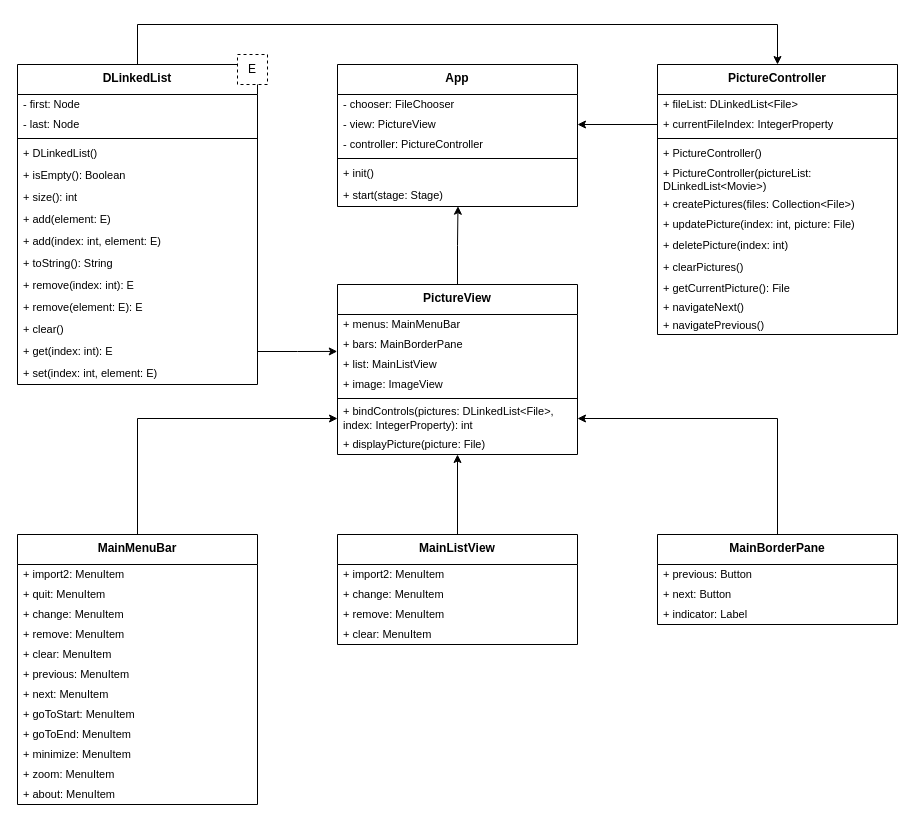
hanggrian/IIT-ITM510 keeps this draw.io diagram as assignments/hw7/diagram.drawio. Above is the earlier version. Source tidied: cells renumbered, new cells numbered last; positions are measured from the earlier drawing's top-left corner, leaving out a move shared by most shapes. Both pictures are drawn from the tidied source at 100%, with x=0, y=0 at pixel (17, 24).
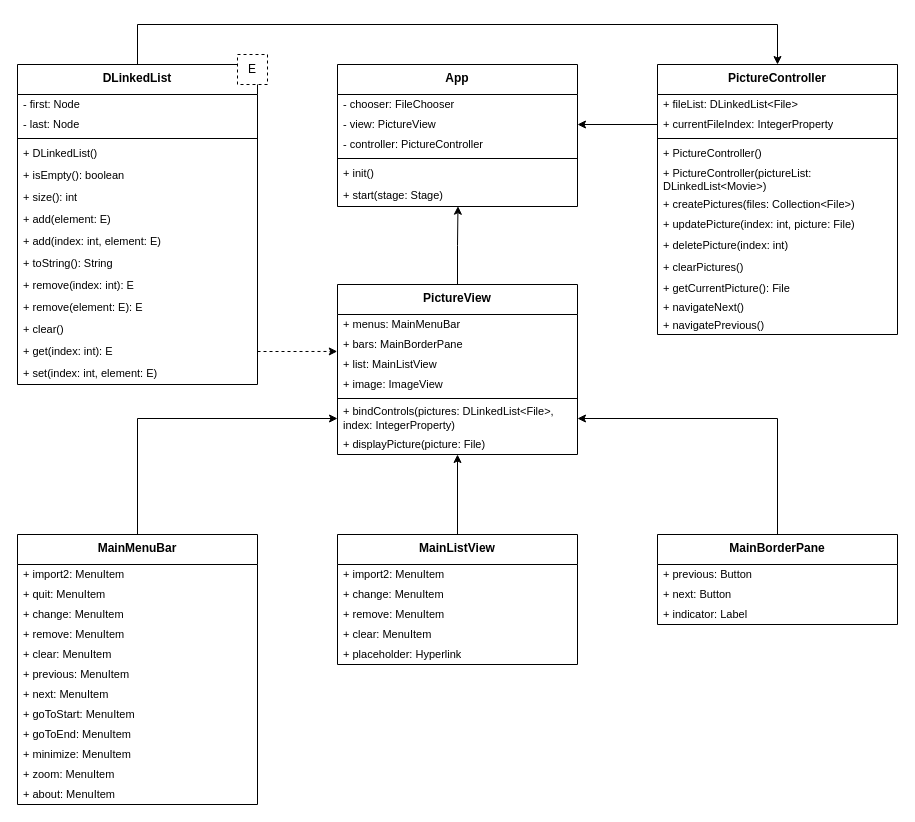
After the change.

The change refers to these unchanged cells:
```xml
<mxCell id="15" value="PictureView" style="swimlane;fontStyle=1;align=center;verticalAlign=top;horizontal=1;startSize=30;whiteSpace=wrap;html=1;" parent="1" vertex="1">
  <mxGeometry x="320" y="260" width="240" height="170" as="geometry" />
</mxCell>
<mxCell id="17" value="+ bars: MainBorderPane" style="text;strokeColor=none;fillColor=none;align=left;verticalAlign=middle;spacingLeft=4;spacingRight=4;overflow=hidden;points=[[0,0.5],[1,0.5]];portConstraint=eastwest;whiteSpace=wrap;html=1;fontSize=11;" parent="15" vertex="1">
  <mxGeometry y="50" width="240" height="20" as="geometry" />
</mxCell>
<mxCell id="55" value="DLinkedList" style="swimlane;fontStyle=1;align=center;verticalAlign=top;horizontal=1;startSize=30;whiteSpace=wrap;html=1;" parent="1" vertex="1">
  <mxGeometry y="40" width="240" height="320" as="geometry" />
</mxCell>
<mxCell id="68" value="+&amp;nbsp;get(index: int): E" style="text;strokeColor=none;fillColor=none;align=left;verticalAlign=middle;spacingLeft=4;spacingRight=4;overflow=hidden;points=[[0,0.5],[1,0.5]];portConstraint=eastwest;whiteSpace=wrap;html=1;fontSize=11;" parent="55" vertex="1">
  <mxGeometry y="276" width="240" height="22" as="geometry" />
</mxCell>
```

Change to the diagram source:
```diff
@@
-    <mxCell id="21" value="+&amp;nbsp;bindControls(pictures: DLinkedList&amp;lt;File&amp;gt;, index: IntegerProperty): int" style="text;strokeColor=none;fillColor=none;align=left;verticalAlign=middle;spacingLeft=4;spacingRight=4;overflow=hidden;points=[[0,0.5],[1,0.5]];portConstraint=eastwest;whiteSpace=wrap;html=1;fontSize=11;" parent="15" vertex="1">
+    <mxCell id="21" value="+&amp;nbsp;bindControls(pictures: DLinkedList&amp;lt;File&amp;gt;, index: IntegerProperty)" style="text;strokeColor=none;fillColor=none;align=left;verticalAlign=middle;spacingLeft=4;spacingRight=4;overflow=hidden;points=[[0,0.5],[1,0.5]];portConstraint=eastwest;whiteSpace=wrap;html=1;fontSize=11;" parent="15" vertex="1">
       <mxGeometry y="118" width="240" height="32" as="geometry" />
     </mxCell>
@@
     <mxCell id="23" value="MainListView" style="swimlane;fontStyle=1;align=center;verticalAlign=top;horizontal=1;startSize=30;whiteSpace=wrap;html=1;" parent="1" vertex="1">
-      <mxGeometry x="320" y="510" width="240" height="110" as="geometry" />
+      <mxGeometry x="320" y="510" width="240" height="130" as="geometry" />
     </mxCell>
@@
+    <mxCell id="75" value="+ placeholder: Hyperlink" style="text;strokeColor=none;fillColor=none;align=left;verticalAlign=middle;spacingLeft=4;spacingRight=4;overflow=hidden;whiteSpace=wrap;html=1;fontSize=11;" parent="23" vertex="1">
+      <mxGeometry y="110" width="240" height="20" as="geometry" />
+    </mxCell>
@@
-    <mxCell id="60" value="+&amp;nbsp;isEmpty(): Boolean" style="text;strokeColor=none;fillColor=none;align=left;verticalAlign=middle;spacingLeft=4;spacingRight=4;overflow=hidden;whiteSpace=wrap;html=1;fontSize=11;" parent="55" vertex="1">
+    <mxCell id="60" value="+&amp;nbsp;isEmpty(): boolean" style="text;strokeColor=none;fillColor=none;align=left;verticalAlign=middle;spacingLeft=4;spacingRight=4;overflow=hidden;whiteSpace=wrap;html=1;fontSize=11;" parent="55" vertex="1">
       <mxGeometry y="100" width="240" height="22" as="geometry" />
     </mxCell>
@@
-    <mxCell id="74" style="edgeStyle=orthogonalEdgeStyle;rounded=0;jettySize=auto;html=1;exitX=1;exitY=0.5;exitDx=0;exitDy=0;entryX=-0.001;entryY=0.847;entryDx=0;entryDy=0;entryPerimeter=0;" parent="1" edge="1" source="68" target="17">
+    <mxCell id="74" style="edgeStyle=orthogonalEdgeStyle;rounded=0;jettySize=auto;html=1;exitX=1;exitY=0.5;exitDx=0;exitDy=0;entryX=-0.001;entryY=0.847;entryDx=0;entryDy=0;entryPerimeter=0;dashed=1;" parent="1" edge="1" source="68" target="17">
       <mxGeometry relative="1" as="geometry" />
     </mxCell>
```
